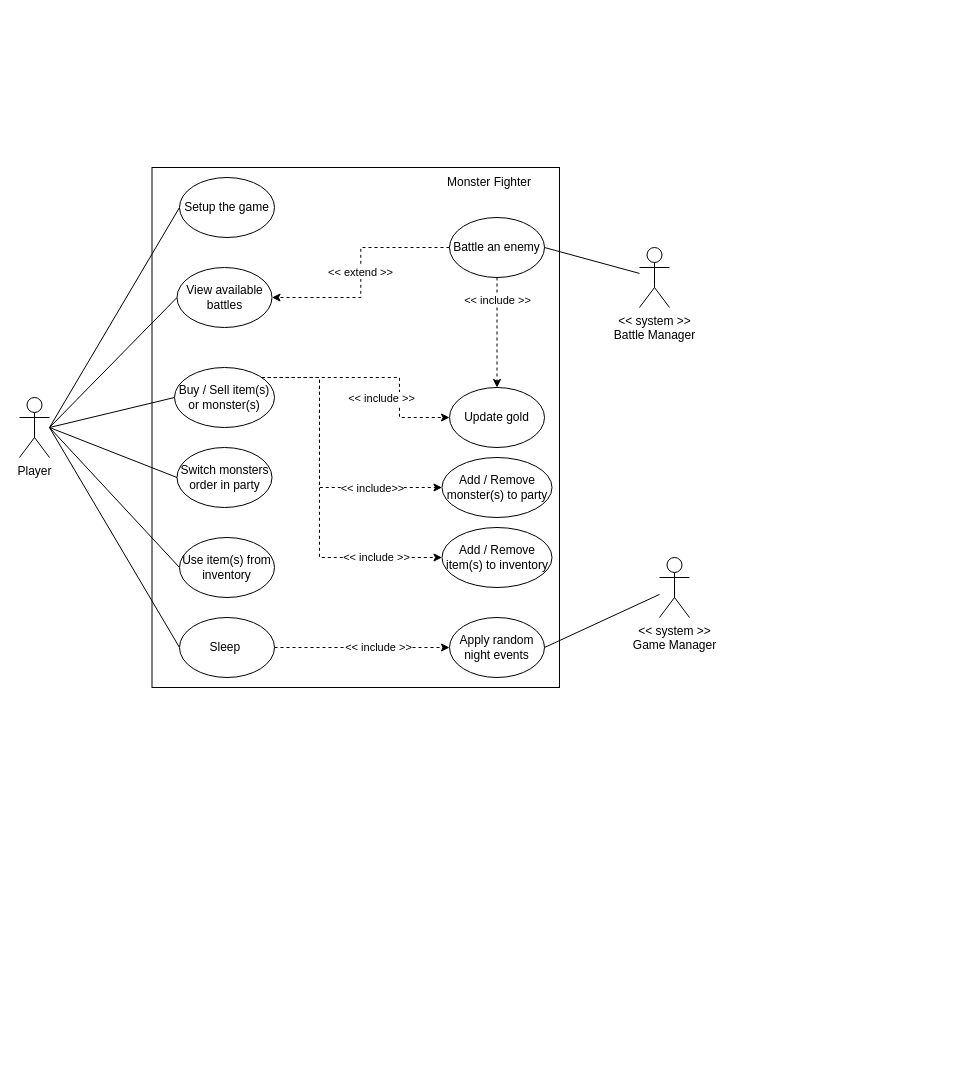
Earlier version of the draw.io diagram diagram/use-case.drawio (UC-SENG201-Group-40/MonsterFighter). Source tidied: cells renumbered, new cells numbered last; positions are measured from the earlier drawing's top-left corner, leaving out a move shared by most shapes. Both pictures are drawn from the tidied source at 100%, with x=0, y=0 at pixel (19, 167).
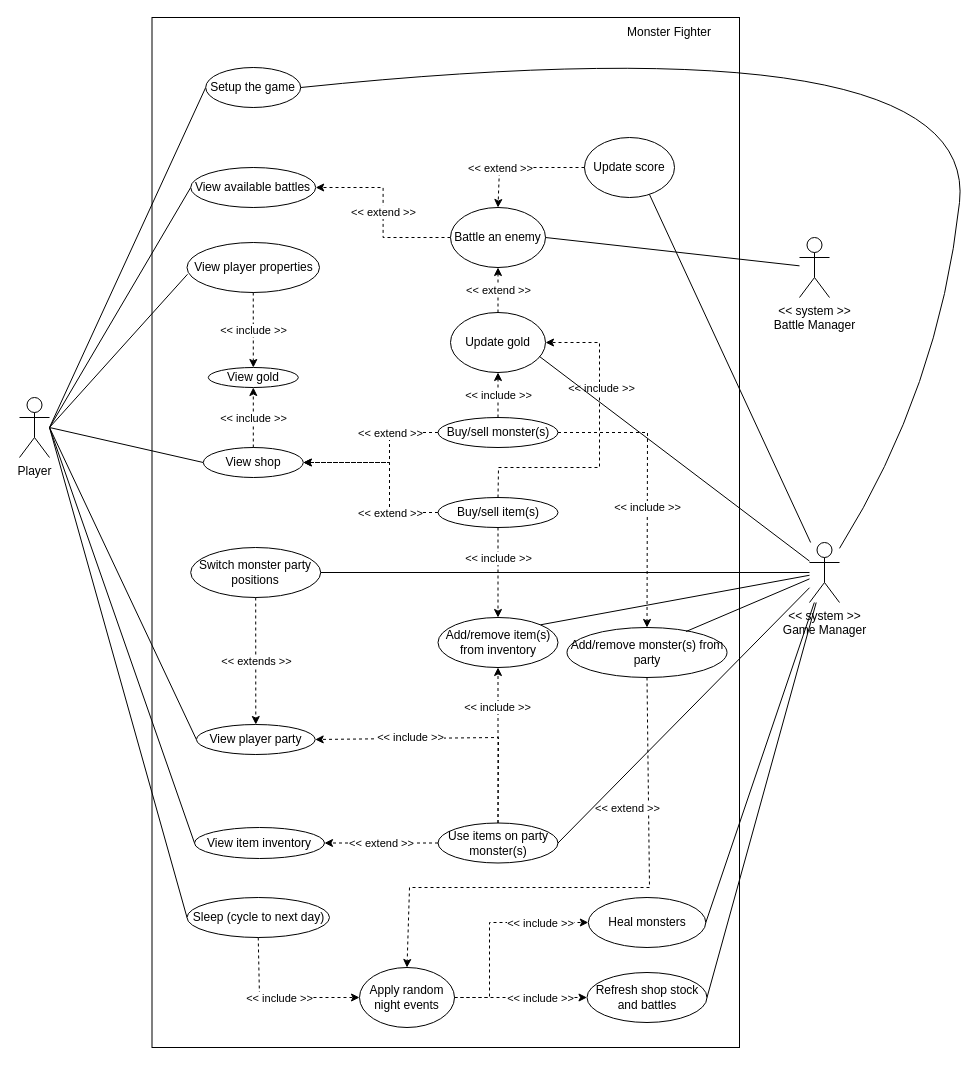
The same diagram, later.

Commit message (it also covers changes not shown here):
Feat: Updated use case diagram for more detail

The edit, as a diff of the source:
```diff
@@
     <mxCell id="2" style="rounded=0;whiteSpace=wrap;html=1;" parent="1" vertex="1">
-      <mxGeometry x="132.5" width="407.5" height="520" as="geometry" />
+      <mxGeometry x="132.5" y="-150" width="587.5" height="1030" as="geometry" />
     </mxCell>
@@
     <mxCell id="10" value="Setup the game" style="ellipse;whiteSpace=wrap;html=1;" parent="1" vertex="1">
-      <mxGeometry x="160" y="10" width="95" height="60" as="geometry" />
+      <mxGeometry x="186.2" y="-100" width="95" height="40" as="geometry" />
     </mxCell>
@@
-    <mxCell id="12" value="&amp;lt;&amp;lt; include &amp;gt;&amp;gt;" style="edgeStyle=orthogonalEdgeStyle;rounded=0;jettySize=auto;html=1;entryX=0.5;entryY=0;entryDx=0;entryDy=0;dashed=1;" parent="1" edge="1" source="13" target="28">
-      <mxGeometry x="-0.58" relative="1" as="geometry">
-        <Array as="points">
-          <mxPoint x="478" y="140" />
-          <mxPoint x="478" y="140" />
-        </Array>
-      </mxGeometry>
-    </mxCell>
     <mxCell id="13" value="Battle an enemy" style="ellipse;whiteSpace=wrap;html=1;" parent="1" vertex="1">
-      <mxGeometry x="430" y="50" width="95" height="60" as="geometry" />
+      <mxGeometry x="431" y="40" width="95" height="60" as="geometry" />
     </mxCell>
-    <mxCell id="14" value="Use item(s) from inventory" style="ellipse;whiteSpace=wrap;html=1;" parent="1" vertex="1">
-      <mxGeometry x="160" y="370" width="95" height="60" as="geometry" />
+    <mxCell id="14" value="View item inventory" style="ellipse;whiteSpace=wrap;html=1;" parent="1" vertex="1">
+      <mxGeometry x="175" y="660" width="130" height="31" as="geometry" />
     </mxCell>
-    <mxCell id="15" value="Switch monsters order in party" style="ellipse;whiteSpace=wrap;html=1;" parent="1" vertex="1">
-      <mxGeometry x="157.5" y="280" width="95" height="60" as="geometry" />
+    <mxCell id="15" value="View player party" style="ellipse;whiteSpace=wrap;html=1;" parent="1" vertex="1">
+      <mxGeometry x="176.9" y="557" width="118.8" height="30" as="geometry" />
     </mxCell>
-    <mxCell id="16" style="edgeStyle=orthogonalEdgeStyle;rounded=0;jettySize=auto;html=1;dashed=1;" parent="1" edge="1" source="22" target="28">
-      <mxGeometry relative="1" as="geometry">
-        <Array as="points">
-          <mxPoint x="380" y="210" />
-          <mxPoint x="380" y="250" />
-        </Array>
-      </mxGeometry>
-    </mxCell>
-    <mxCell id="17" value="&amp;lt;&amp;lt; include &amp;gt;&amp;gt;" style="edgeLabel;html=1;align=center;verticalAlign=middle;" parent="16" vertex="1">
-      <mxGeometry x="-0.22" y="1" relative="1" as="geometry">
-        <mxPoint x="30" y="21" as="offset" />
-      </mxGeometry>
-    </mxCell>
-    <mxCell id="18" style="edgeStyle=orthogonalEdgeStyle;rounded=0;jettySize=auto;html=1;entryX=0;entryY=0.5;entryDx=0;entryDy=0;dashed=1;" parent="1" edge="1" source="22" target="26">
-      <mxGeometry relative="1" as="geometry">
-        <Array as="points">
-          <mxPoint x="300" y="210" />
-          <mxPoint x="300" y="320" />
-        </Array>
-      </mxGeometry>
-    </mxCell>
-    <mxCell id="19" value="&amp;lt;&amp;lt; include&amp;gt;&amp;gt;" style="edgeLabel;html=1;align=center;verticalAlign=middle;" parent="18" vertex="1">
-      <mxGeometry x="0.75" y="3" relative="1" as="geometry">
-        <mxPoint x="-34" y="3" as="offset" />
-      </mxGeometry>
-    </mxCell>
-    <mxCell id="20" style="edgeStyle=orthogonalEdgeStyle;rounded=0;jettySize=auto;html=1;entryX=0;entryY=0.5;entryDx=0;entryDy=0;dashed=1;" parent="1" edge="1" source="22" target="27">
-      <mxGeometry relative="1" as="geometry">
-        <Array as="points">
-          <mxPoint x="300" y="210" />
-          <mxPoint x="300" y="390" />
-        </Array>
-      </mxGeometry>
-    </mxCell>
-    <mxCell id="21" value="&amp;lt;&amp;lt; include &amp;gt;&amp;gt;" style="edgeLabel;html=1;align=center;verticalAlign=middle;" parent="20" vertex="1">
-      <mxGeometry x="0.63" y="1" relative="1" as="geometry" />
-    </mxCell>
-    <mxCell id="22" value="Buy / Sell item(s) or monster(s)" style="ellipse;whiteSpace=wrap;html=1;" parent="1" vertex="1">
-      <mxGeometry x="155" y="200" width="100" height="60" as="geometry" />
+    <mxCell id="22" value="View shop" style="ellipse;whiteSpace=wrap;html=1;" parent="1" vertex="1">
+      <mxGeometry x="183.8" y="280" width="100" height="30" as="geometry" />
     </mxCell>
-    <mxCell id="23" style="edgeStyle=orthogonalEdgeStyle;rounded=0;jettySize=auto;html=1;entryX=0;entryY=0.5;entryDx=0;entryDy=0;dashed=1;startArrow=none;startFill=0;endArrow=classic;endFill=1;" parent="1" edge="1" source="25" target="30">
-      <mxGeometry relative="1" as="geometry" />
-    </mxCell>
-    <mxCell id="24" value="&amp;lt;&amp;lt; include &amp;gt;&amp;gt;" style="edgeLabel;html=1;align=center;verticalAlign=middle;" parent="23" vertex="1">
-      <mxGeometry x="0.18" y="1" relative="1" as="geometry" />
-    </mxCell>
-    <mxCell id="25" value="Sleep&amp;nbsp;" style="ellipse;whiteSpace=wrap;html=1;" parent="1" vertex="1">
-      <mxGeometry x="160" y="450" width="95" height="60" as="geometry" />
+    <mxCell id="25" value="Sleep (cycle to next day)" style="ellipse;whiteSpace=wrap;html=1;" parent="1" vertex="1">
+      <mxGeometry x="167.5" y="730" width="142.5" height="40" as="geometry" />
     </mxCell>
-    <mxCell id="26" value="Add / Remove monster(s) to party" style="ellipse;whiteSpace=wrap;html=1;" parent="1" vertex="1">
-      <mxGeometry x="422.5" y="290" width="110" height="60" as="geometry" />
-    </mxCell>
-    <mxCell id="27" value="Add / Remove item(s) to inventory" style="ellipse;whiteSpace=wrap;html=1;" parent="1" vertex="1">
-      <mxGeometry x="422.5" y="360" width="110" height="60" as="geometry" />
-    </mxCell>
     <mxCell id="28" value="Update gold" style="ellipse;whiteSpace=wrap;html=1;" parent="1" vertex="1">
-      <mxGeometry x="430" y="220" width="95" height="60" as="geometry" />
+      <mxGeometry x="431" y="145" width="95" height="60" as="geometry" />
     </mxCell>
     <mxCell id="29" value="View available battles" style="ellipse;whiteSpace=wrap;html=1;" parent="1" vertex="1">
-      <mxGeometry x="157.5" y="100" width="95" height="60" as="geometry" />
+      <mxGeometry x="171.2" width="125" height="40" as="geometry" />
     </mxCell>
     <mxCell id="30" value="Apply random night events" style="ellipse;whiteSpace=wrap;html=1;" parent="1" vertex="1">
-      <mxGeometry x="430" y="450" width="95" height="60" as="geometry" />
+      <mxGeometry x="340" y="800" width="95" height="60" as="geometry" />
     </mxCell>
-    <mxCell id="31" style="edgeStyle=none;rounded=0;jettySize=auto;html=1;entryX=1;entryY=0.5;entryDx=0;entryDy=0;startArrow=none;startFill=0;endArrow=none;endFill=0;" parent="1" edge="1" source="32" target="30">
-      <mxGeometry relative="1" as="geometry" />
-    </mxCell>
     <mxCell id="32" value="&amp;lt;&amp;lt; system &amp;gt;&amp;gt;&lt;br&gt;Game Manager" style="shape=umlActor;verticalLabelPosition=bottom;verticalAlign=top;html=1;outlineConnect=0;" parent="1" vertex="1">
-      <mxGeometry x="640" y="390" width="30" height="60" as="geometry" />
+      <mxGeometry x="790" y="375" width="30" height="60" as="geometry" />
     </mxCell>
@@
     <mxCell id="34" value="&amp;lt;&amp;lt; system &amp;gt;&amp;gt;&lt;br&gt;Battle Manager" style="shape=umlActor;verticalLabelPosition=bottom;verticalAlign=top;html=1;outlineConnect=0;" parent="1" vertex="1">
-      <mxGeometry x="620" y="80" width="30" height="60" as="geometry" />
+      <mxGeometry x="780" y="70" width="30" height="60" as="geometry" />
     </mxCell>
     <mxCell id="35" value="Monster Fighter" style="text;html=1;strokeColor=none;fillColor=none;align=center;verticalAlign=middle;whiteSpace=wrap;rounded=0;" parent="1" vertex="1">
-      <mxGeometry x="400" width="140" height="30" as="geometry" />
+      <mxGeometry x="580" y="-150" width="140" height="30" as="geometry" />
     </mxCell>
+    <mxCell id="36" style="endArrow=classic;html=1;rounded=0;entryX=0.5;entryY=1;entryDx=0;entryDy=0;exitX=0.5;exitY=0;exitDx=0;exitDy=0;dashed=1;" parent="1" edge="1" source="28" target="13">
+      <mxGeometry relative="1" as="geometry" />
+    </mxCell>
+    <mxCell id="37" value="&amp;lt;&amp;lt; extend &amp;gt;&amp;gt;" style="edgeLabel;html=1;align=center;verticalAlign=middle;" parent="36" vertex="1">
+      <mxGeometry relative="1" as="geometry" />
+    </mxCell>
+    <mxCell id="38" value="Update score" style="ellipse;whiteSpace=wrap;html=1;" parent="1" vertex="1">
+      <mxGeometry x="565" y="-30" width="90" height="60" as="geometry" />
+    </mxCell>
+    <mxCell id="39" style="endArrow=classic;html=1;rounded=0;dashed=1;entryX=0.5;entryY=0;entryDx=0;entryDy=0;exitX=0;exitY=0.5;exitDx=0;exitDy=0;" parent="1" edge="1" source="38" target="13">
+      <mxGeometry relative="1" as="geometry">
+        <Array as="points">
+          <mxPoint x="480" />
+        </Array>
+      </mxGeometry>
+    </mxCell>
+    <mxCell id="40" value="&amp;lt;&amp;lt; extend &amp;gt;&amp;gt;" style="edgeLabel;html=1;align=center;verticalAlign=middle;" parent="39" vertex="1">
+      <mxGeometry relative="1" as="geometry">
+        <mxPoint x="-22" as="offset" />
+      </mxGeometry>
+    </mxCell>
+    <mxCell id="41" style="endArrow=classic;html=1;rounded=0;dashed=1;entryX=0.5;entryY=0;entryDx=0;entryDy=0;exitX=0.5;exitY=1;exitDx=0;exitDy=0;" parent="1" edge="1" source="56" target="30">
+      <mxGeometry relative="1" as="geometry">
+        <Array as="points">
+          <mxPoint x="630" y="720" />
+          <mxPoint x="390" y="720" />
+        </Array>
+      </mxGeometry>
+    </mxCell>
+    <mxCell id="42" value="&amp;lt;&amp;lt; extend &amp;gt;&amp;gt;" style="edgeLabel;html=1;align=center;verticalAlign=middle;" parent="41" vertex="1">
+      <mxGeometry relative="1" as="geometry">
+        <mxPoint x="32" y="-80" as="offset" />
+      </mxGeometry>
+    </mxCell>
+    <mxCell id="43" value="Switch monster party positions" style="ellipse;whiteSpace=wrap;html=1;" parent="1" vertex="1">
+      <mxGeometry x="171.2" y="380" width="130" height="50" as="geometry" />
+    </mxCell>
+    <mxCell id="44" style="endArrow=classic;html=1;rounded=0;dashed=1;exitX=0.5;exitY=1;exitDx=0;exitDy=0;entryX=0.5;entryY=0;entryDx=0;entryDy=0;" parent="1" edge="1" source="43" target="15">
+      <mxGeometry relative="1" as="geometry" />
+    </mxCell>
+    <mxCell id="45" value="&amp;lt;&amp;lt; extends &amp;gt;&amp;gt;" style="edgeLabel;html=1;align=center;verticalAlign=middle;" parent="44" vertex="1">
+      <mxGeometry relative="1" as="geometry" />
+    </mxCell>
+    <mxCell id="46" value="View player properties" style="ellipse;whiteSpace=wrap;html=1;" parent="1" vertex="1">
+      <mxGeometry x="167.5" y="75" width="132.5" height="50" as="geometry" />
+    </mxCell>
+    <mxCell id="47" style="endArrow=none;html=1;rounded=0;entryX=0.004;entryY=0.635;entryDx=0;entryDy=0;entryPerimeter=0;" parent="1" edge="1" target="46">
+      <mxGeometry relative="1" as="geometry">
+        <mxPoint x="30" y="260" as="sourcePoint" />
+      </mxGeometry>
+    </mxCell>
+    <mxCell id="48" value="Use items on party monster(s)" style="ellipse;whiteSpace=wrap;html=1;" parent="1" vertex="1">
+      <mxGeometry x="418.5" y="655.5" width="120" height="40" as="geometry" />
+    </mxCell>
+    <mxCell id="49" style="endArrow=classic;html=1;rounded=0;dashed=1;entryX=1;entryY=0.5;entryDx=0;entryDy=0;exitX=0.5;exitY=0;exitDx=0;exitDy=0;" parent="1" edge="1" source="48" target="15">
+      <mxGeometry relative="1" as="geometry">
+        <Array as="points">
+          <mxPoint x="479" y="570" />
+        </Array>
+      </mxGeometry>
+    </mxCell>
+    <mxCell id="50" value="&amp;lt;&amp;lt; include &amp;gt;&amp;gt;" style="edgeLabel;html=1;align=center;verticalAlign=middle;" parent="49" vertex="1">
+      <mxGeometry relative="1" as="geometry">
+        <mxPoint x="-40" y="-1" as="offset" />
+      </mxGeometry>
+    </mxCell>
+    <mxCell id="51" value="View gold" style="ellipse;whiteSpace=wrap;html=1;" parent="1" vertex="1">
+      <mxGeometry x="188.8" y="200" width="90" height="20" as="geometry" />
+    </mxCell>
+    <mxCell id="52" style="endArrow=classic;html=1;rounded=0;dashed=1;entryX=0.5;entryY=1;entryDx=0;entryDy=0;exitX=0.5;exitY=0;exitDx=0;exitDy=0;" parent="1" edge="1" source="22" target="51">
+      <mxGeometry relative="1" as="geometry" />
+    </mxCell>
+    <mxCell id="53" value="&amp;lt;&amp;lt; include &amp;gt;&amp;gt;" style="edgeLabel;html=1;align=center;verticalAlign=middle;" parent="52" vertex="1">
+      <mxGeometry relative="1" as="geometry" />
+    </mxCell>
+    <mxCell id="54" style="endArrow=classic;html=1;rounded=0;dashed=1;entryX=1;entryY=0.5;entryDx=0;entryDy=0;exitX=0;exitY=0.5;exitDx=0;exitDy=0;" parent="1" edge="1" source="48" target="14">
+      <mxGeometry relative="1" as="geometry" />
+    </mxCell>
+    <mxCell id="55" value="&amp;lt;&amp;lt; extend &amp;gt;&amp;gt;" style="edgeLabel;html=1;align=center;verticalAlign=middle;" parent="54" vertex="1">
+      <mxGeometry relative="1" as="geometry" />
+    </mxCell>
+    <mxCell id="56" value="Add/remove monster(s) from party" style="ellipse;whiteSpace=wrap;html=1;" parent="1" vertex="1">
+      <mxGeometry x="547.5" y="460" width="160" height="50" as="geometry" />
+    </mxCell>
+    <mxCell id="57" style="endArrow=classic;html=1;rounded=0;dashed=1;exitX=0.5;exitY=1;exitDx=0;exitDy=0;entryX=0.5;entryY=0;entryDx=0;entryDy=0;" parent="1" edge="1" source="46" target="51">
+      <mxGeometry relative="1" as="geometry" />
+    </mxCell>
+    <mxCell id="58" value="&amp;lt;&amp;lt; include &amp;gt;&amp;gt;" style="edgeLabel;html=1;align=center;verticalAlign=middle;" parent="57" vertex="1">
+      <mxGeometry relative="1" as="geometry" />
+    </mxCell>
+    <mxCell id="59" value="Add/remove item(s) from inventory" style="ellipse;whiteSpace=wrap;html=1;" parent="1" vertex="1">
+      <mxGeometry x="418.5" y="450" width="120" height="50" as="geometry" />
+    </mxCell>
+    <mxCell id="60" value="Buy/sell item(s)" style="ellipse;whiteSpace=wrap;html=1;" parent="1" vertex="1">
+      <mxGeometry x="418.5" y="330" width="120" height="30" as="geometry" />
+    </mxCell>
+    <mxCell id="61" value="Buy/sell monster(s)" style="ellipse;whiteSpace=wrap;html=1;" parent="1" vertex="1">
+      <mxGeometry x="418.5" y="250" width="120" height="30" as="geometry" />
+    </mxCell>
+    <mxCell id="62" style="endArrow=classic;html=1;rounded=0;dashed=1;exitX=0.5;exitY=0;exitDx=0;exitDy=0;entryX=0.5;entryY=1;entryDx=0;entryDy=0;" parent="1" edge="1" source="61" target="28">
+      <mxGeometry relative="1" as="geometry" />
+    </mxCell>
+    <mxCell id="63" value="&amp;lt;&amp;lt; include &amp;gt;&amp;gt;" style="edgeLabel;html=1;align=center;verticalAlign=middle;" parent="62" vertex="1">
+      <mxGeometry relative="1" as="geometry" />
+    </mxCell>
+    <mxCell id="64" style="endArrow=classic;html=1;rounded=0;dashed=1;exitX=0.5;exitY=0;exitDx=0;exitDy=0;entryX=1;entryY=0.5;entryDx=0;entryDy=0;" parent="1" edge="1" source="60" target="28">
+      <mxGeometry relative="1" as="geometry">
+        <Array as="points">
+          <mxPoint x="479" y="300" />
+          <mxPoint x="580" y="300" />
+          <mxPoint x="580" y="175" />
+        </Array>
+      </mxGeometry>
+    </mxCell>
+    <mxCell id="65" value="&amp;lt;&amp;lt; include &amp;gt;&amp;gt;" style="edgeLabel;html=1;align=center;verticalAlign=middle;" parent="64" vertex="1">
+      <mxGeometry relative="1" as="geometry">
+        <mxPoint x="1" y="-56" as="offset" />
+      </mxGeometry>
+    </mxCell>
+    <mxCell id="66" style="endArrow=classic;html=1;rounded=0;dashed=1;exitX=1;exitY=0.5;exitDx=0;exitDy=0;entryX=0.5;entryY=0;entryDx=0;entryDy=0;" parent="1" edge="1" source="61" target="56">
+      <mxGeometry relative="1" as="geometry">
+        <Array as="points">
+          <mxPoint x="628" y="265" />
+        </Array>
+      </mxGeometry>
+    </mxCell>
+    <mxCell id="67" value="&amp;lt;&amp;lt; include &amp;gt;&amp;gt;" style="edgeLabel;html=1;align=center;verticalAlign=middle;" parent="66" vertex="1">
+      <mxGeometry relative="1" as="geometry">
+        <mxPoint y="22" as="offset" />
+      </mxGeometry>
+    </mxCell>
+    <mxCell id="68" style="endArrow=classic;html=1;rounded=0;dashed=1;entryX=1;entryY=0.5;entryDx=0;entryDy=0;exitX=0;exitY=0.5;exitDx=0;exitDy=0;" parent="1" edge="1" source="61" target="22">
+      <mxGeometry relative="1" as="geometry">
+        <Array as="points">
+          <mxPoint x="370" y="265" />
+          <mxPoint x="370" y="295" />
+        </Array>
+      </mxGeometry>
+    </mxCell>
+    <mxCell id="69" value="&amp;lt;&amp;lt; extend &amp;gt;&amp;gt;" style="edgeLabel;html=1;align=center;verticalAlign=middle;" parent="68" vertex="1">
+      <mxGeometry relative="1" as="geometry">
+        <mxPoint x="4" y="-30" as="offset" />
+      </mxGeometry>
+    </mxCell>
+    <mxCell id="70" style="endArrow=classic;html=1;rounded=0;dashed=1;entryX=1;entryY=0.5;entryDx=0;entryDy=0;exitX=0;exitY=0.5;exitDx=0;exitDy=0;" parent="1" edge="1" source="60" target="22">
+      <mxGeometry relative="1" as="geometry">
+        <Array as="points">
+          <mxPoint x="370" y="345" />
+          <mxPoint x="370" y="295" />
+        </Array>
+      </mxGeometry>
+    </mxCell>
+    <mxCell id="71" value="&amp;lt;&amp;lt; extend &amp;gt;&amp;gt;" style="edgeLabel;html=1;align=center;verticalAlign=middle;" parent="70" vertex="1">
+      <mxGeometry relative="1" as="geometry">
+        <mxPoint y="44" as="offset" />
+      </mxGeometry>
+    </mxCell>
+    <mxCell id="72" style="endArrow=classic;html=1;rounded=0;dashed=1;entryX=0.5;entryY=0;entryDx=0;entryDy=0;exitX=0.5;exitY=1;exitDx=0;exitDy=0;" parent="1" edge="1" source="60" target="59">
+      <mxGeometry relative="1" as="geometry" />
+    </mxCell>
+    <mxCell id="73" value="&amp;lt;&amp;lt; include &amp;gt;&amp;gt;" style="edgeLabel;html=1;align=center;verticalAlign=middle;" parent="72" vertex="1">
+      <mxGeometry relative="1" as="geometry">
+        <mxPoint y="-15" as="offset" />
+      </mxGeometry>
+    </mxCell>
+    <mxCell id="74" style="endArrow=classic;html=1;rounded=0;dashed=1;entryX=0.5;entryY=1;entryDx=0;entryDy=0;exitX=0.5;exitY=0;exitDx=0;exitDy=0;" parent="1" edge="1" source="48" target="59">
+      <mxGeometry relative="1" as="geometry" />
+    </mxCell>
+    <mxCell id="75" value="&amp;lt;&amp;lt; include &amp;gt;&amp;gt;" style="edgeLabel;html=1;align=center;verticalAlign=middle;" parent="74" vertex="1">
+      <mxGeometry relative="1" as="geometry">
+        <mxPoint x="-1" y="-38" as="offset" />
+      </mxGeometry>
+    </mxCell>
+    <mxCell id="76" value="Heal monsters" style="ellipse;whiteSpace=wrap;html=1;" parent="1" vertex="1">
+      <mxGeometry x="568.8" y="730" width="117.5" height="50" as="geometry" />
+    </mxCell>
+    <mxCell id="23" style="endArrow=classic;html=1;rounded=0;dashed=1;exitX=0.5;exitY=1;exitDx=0;exitDy=0;entryX=0;entryY=0.5;entryDx=0;entryDy=0;" parent="1" edge="1" source="25" target="30">
+      <mxGeometry relative="1" as="geometry">
+        <Array as="points">
+          <mxPoint x="240" y="830" />
+        </Array>
+      </mxGeometry>
+    </mxCell>
+    <mxCell id="77" value="&amp;lt;&amp;lt; include &amp;gt;&amp;gt;" style="edgeLabel;html=1;align=center;verticalAlign=middle;" parent="23" vertex="1">
+      <mxGeometry relative="1" as="geometry" />
+    </mxCell>
+    <mxCell id="78" value="Refresh shop stock and battles" style="ellipse;whiteSpace=wrap;html=1;" parent="1" vertex="1">
+      <mxGeometry x="567.5" y="805" width="120" height="50" as="geometry" />
+    </mxCell>
+    <mxCell id="79" style="endArrow=classic;html=1;rounded=0;dashed=1;exitX=1;exitY=0.5;exitDx=0;exitDy=0;entryX=0;entryY=0.5;entryDx=0;entryDy=0;" parent="1" edge="1" source="30" target="78">
+      <mxGeometry relative="1" as="geometry" />
+    </mxCell>
+    <mxCell id="80" value="&amp;lt;&amp;lt; include &amp;gt;&amp;gt;" style="edgeLabel;html=1;align=center;verticalAlign=middle;" parent="79" vertex="1">
+      <mxGeometry relative="1" as="geometry">
+        <mxPoint x="19" as="offset" />
+      </mxGeometry>
+    </mxCell>
+    <mxCell id="81" style="endArrow=classic;html=1;rounded=0;dashed=1;entryX=0;entryY=0.5;entryDx=0;entryDy=0;exitX=1;exitY=0.5;exitDx=0;exitDy=0;" parent="1" edge="1" source="30" target="76">
+      <mxGeometry relative="1" as="geometry">
+        <Array as="points">
+          <mxPoint x="470" y="830" />
+          <mxPoint x="470" y="755" />
+        </Array>
+      </mxGeometry>
+    </mxCell>
+    <mxCell id="82" value="&amp;lt;&amp;lt; include &amp;gt;&amp;gt;" style="edgeLabel;html=1;align=center;verticalAlign=middle;" parent="81" vertex="1">
+      <mxGeometry relative="1" as="geometry">
+        <mxPoint x="50" y="-6" as="offset" />
+      </mxGeometry>
+    </mxCell>
+    <mxCell id="83" style="endArrow=none;html=1;rounded=0;exitX=1;exitY=0.5;exitDx=0;exitDy=0;" parent="1" edge="1" source="78" target="32">
+      <mxGeometry relative="1" as="geometry" />
+    </mxCell>
+    <mxCell id="84" style="endArrow=none;html=1;rounded=0;exitX=1;exitY=0.5;exitDx=0;exitDy=0;" parent="1" edge="1" source="76" target="32">
+      <mxGeometry relative="1" as="geometry" />
+    </mxCell>
+    <mxCell id="85" style="endArrow=none;html=1;rounded=0;exitX=1;exitY=0.5;exitDx=0;exitDy=0;" parent="1" edge="1" source="43" target="32">
+      <mxGeometry relative="1" as="geometry" />
+    </mxCell>
+    <mxCell id="86" style="endArrow=none;html=1;rounded=0;exitX=1;exitY=0.5;exitDx=0;exitDy=0;" parent="1" edge="1" source="48" target="32">
+      <mxGeometry relative="1" as="geometry" />
+    </mxCell>
+    <mxCell id="87" style="endArrow=none;html=1;rounded=0;exitX=1;exitY=0;exitDx=0;exitDy=0;" parent="1" edge="1" source="59" target="32">
+      <mxGeometry relative="1" as="geometry" />
+    </mxCell>
+    <mxCell id="88" style="endArrow=none;html=1;rounded=0;exitX=0.744;exitY=0.08;exitDx=0;exitDy=0;exitPerimeter=0;" parent="1" edge="1" source="56" target="32">
+      <mxGeometry relative="1" as="geometry" />
+    </mxCell>
+    <mxCell id="89" style="curved=1;endArrow=none;html=1;rounded=0;entryX=1;entryY=0.5;entryDx=0;entryDy=0;endFill=0;" parent="1" edge="1" source="32" target="10">
+      <mxGeometry relative="1" as="geometry">
+        <Array as="points">
+          <mxPoint x="920" y="220" />
+          <mxPoint x="960" y="-150" />
+        </Array>
+      </mxGeometry>
+    </mxCell>
+    <mxCell id="90" style="endArrow=none;html=1;rounded=0;entryX=0.937;entryY=0.733;entryDx=0;entryDy=0;entryPerimeter=0;" parent="1" edge="1" source="32" target="28">
+      <mxGeometry relative="1" as="geometry" />
+    </mxCell>
+    <mxCell id="91" style="endArrow=none;html=1;rounded=0;entryX=0.722;entryY=0.95;entryDx=0;entryDy=0;entryPerimeter=0;" parent="1" edge="1" source="32" target="38">
+      <mxGeometry relative="1" as="geometry" />
+    </mxCell>
```
